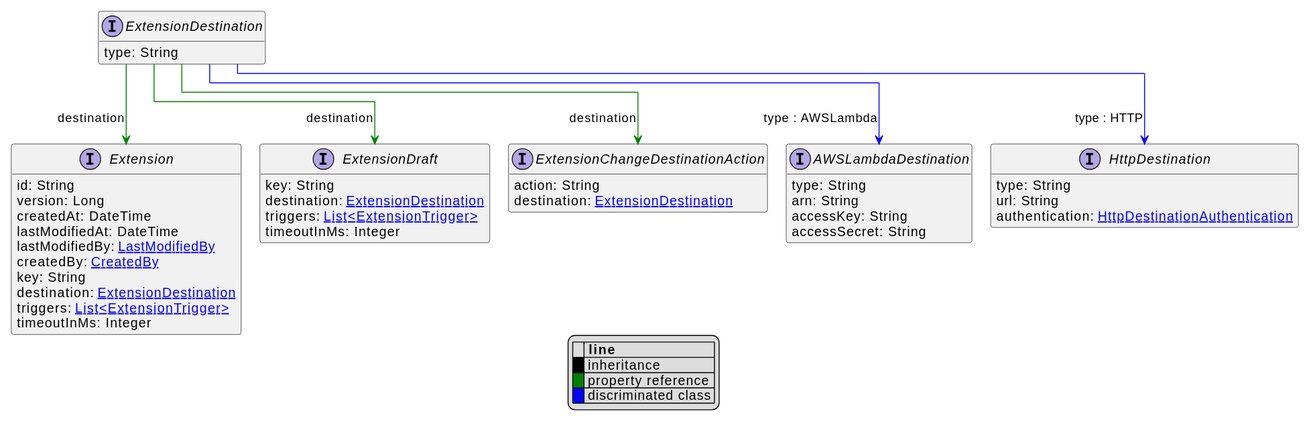
Before: uml/api/svg/ExtensionDestination.svg, a diagram exported from PlantUML (commercetools/commercetools-api-reference).
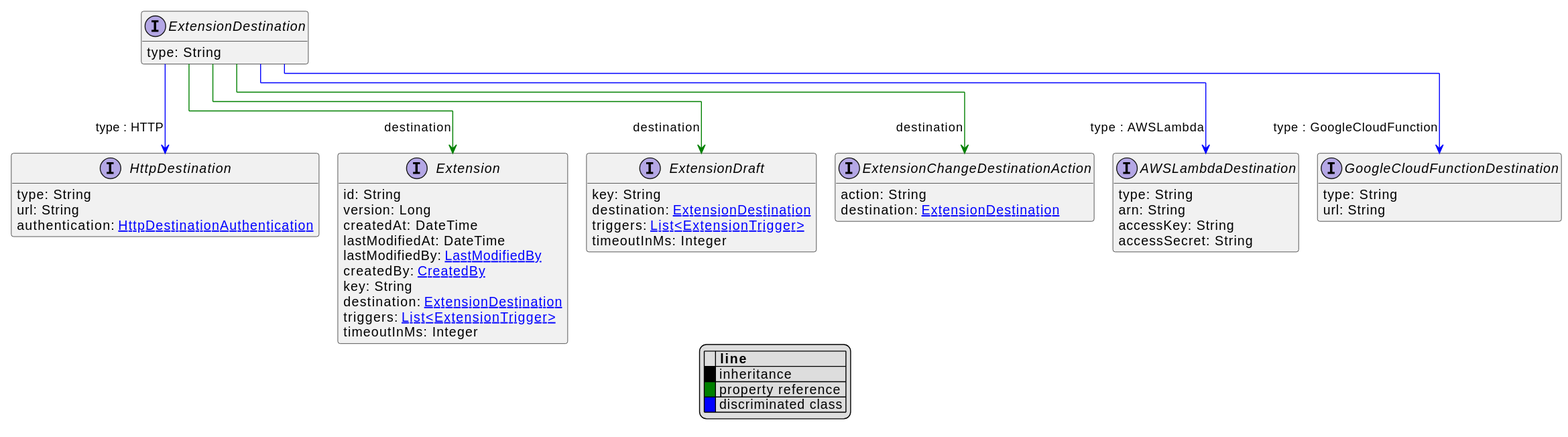
Above is the later version.

What changed in the source:
```diff
@@ -18,6 +18,10 @@
     arn: String
     accessKey: String
     accessSecret: String
+}
+interface GoogleCloudFunctionDestination [[GoogleCloudFunctionDestination.svg]]  {
+    type: String
+    url: String
 }
 interface HttpDestination [[HttpDestination.svg]]  {
     type: String
@@ -47,6 +51,7 @@
     destination: [[ExtensionDestination.svg ExtensionDestination]]
 }
 ExtensionDestination --> AWSLambdaDestination #blue;text:blue : "type : AWSLambda"
+ExtensionDestination --> GoogleCloudFunctionDestination #blue;text:blue : "type : GoogleCloudFunction"
 ExtensionDestination --> HttpDestination #blue;text:blue : "type : HTTP"
 ExtensionDestination --> Extension #green;text:green : "destination"
 ExtensionDestination --> ExtensionDraft #green;text:green : "destination"
```
